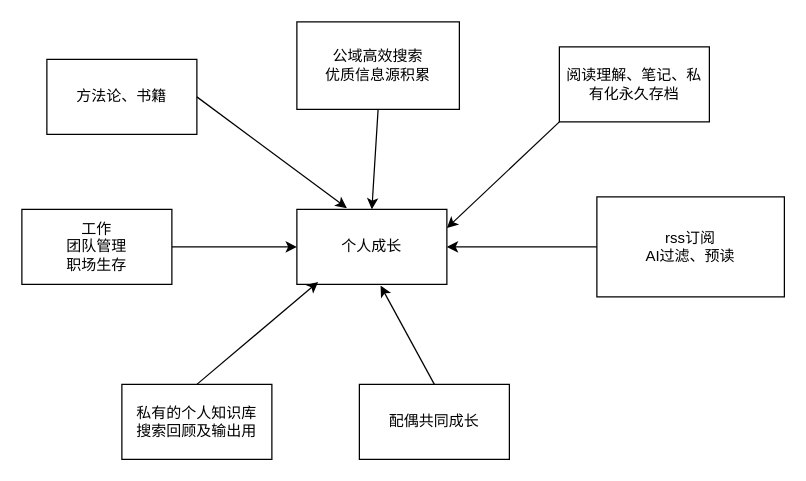
Before: personalDev.drawio in jingb/pythonRepo, a draw.io diagram. Source tidied: cells renumbered, new cells numbered last; positions are measured from the earlier drawing's top-left corner, leaving out a move shared by most shapes. Both pictures are drawn from the tidied source at 125%, with x=0, y=0 at pixel (21, 21).
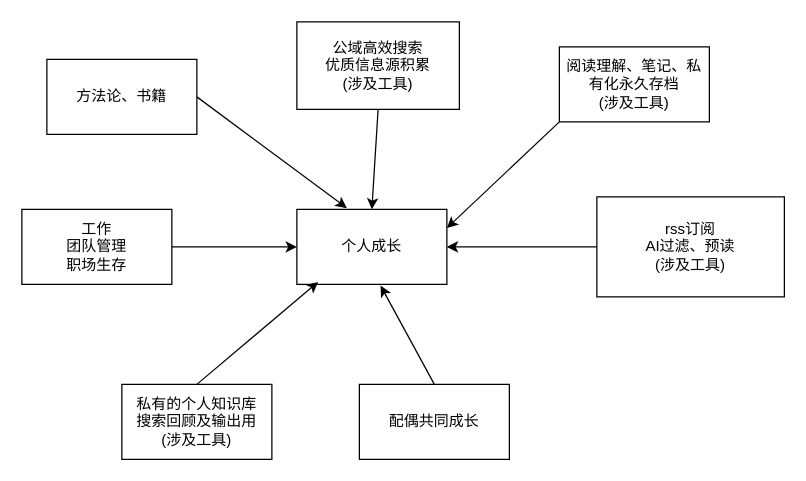
The same page after the edit.

Diff of the diagram source:
```diff
@@
 <mxGraphModel>
   <root>
     <mxCell id="0" />
     <mxCell id="1" parent="0" />
     <mxCell id="2" value="个人成长" style="rounded=0;whiteSpace=wrap;html=1;" parent="1" vertex="1">
       <mxGeometry x="220" y="150" width="120" height="60" as="geometry" />
     </mxCell>
     <mxCell id="3" value="方法论、书籍" style="rounded=0;whiteSpace=wrap;html=1;" parent="1" vertex="1">
       <mxGeometry x="20" y="30" width="120" height="60" as="geometry" />
     </mxCell>
     <mxCell id="4" style="edgeStyle=none;rounded=0;jettySize=auto;html=1;exitX=0.5;exitY=1;exitDx=0;exitDy=0;entryX=0.5;entryY=0;entryDx=0;entryDy=0;" parent="1" edge="1" source="5" target="2">
       <mxGeometry relative="1" as="geometry" />
     </mxCell>
-    <mxCell id="5" value="公域高效搜索&lt;br&gt;优质信息源积累" style="rounded=0;whiteSpace=wrap;html=1;" parent="1" vertex="1">
+    <mxCell id="5" value="公域高效搜索&lt;br&gt;优质信息源积累&lt;br&gt;(涉及工具)" style="rounded=0;whiteSpace=wrap;html=1;" parent="1" vertex="1">
       <mxGeometry x="220" width="130" height="70" as="geometry" />
     </mxCell>
-    <mxCell id="6" value="私有的个人知识库&lt;br&gt;搜索回顾及输出用" style="rounded=0;whiteSpace=wrap;html=1;" parent="1" vertex="1">
+    <mxCell id="6" value="私有的个人知识库&lt;br&gt;搜索回顾及输出用&lt;br&gt;(涉及工具)" style="rounded=0;whiteSpace=wrap;html=1;" parent="1" vertex="1">
       <mxGeometry x="80" y="290" width="120" height="60" as="geometry" />
     </mxCell>
     <mxCell id="7" style="edgeStyle=none;rounded=0;jettySize=auto;html=1;exitX=1;exitY=0.5;exitDx=0;exitDy=0;" parent="1" edge="1" source="8" target="2">
       <mxGeometry relative="1" as="geometry" />
     </mxCell>
     <mxCell id="8" value="工作&lt;br&gt;团队管理&lt;br&gt;职场生存" style="rounded=0;whiteSpace=wrap;html=1;" parent="1" vertex="1">
       <mxGeometry y="150" width="120" height="60" as="geometry" />
     </mxCell>
     <mxCell id="9" style="rounded=0;jettySize=auto;html=1;exitX=0;exitY=0.5;exitDx=0;exitDy=0;entryX=1;entryY=0.5;entryDx=0;entryDy=0;" parent="1" edge="1" source="10" target="2">
       <mxGeometry relative="1" as="geometry" />
     </mxCell>
-    <mxCell id="10" value="rss订阅&lt;br&gt;AI过滤、预读" style="rounded=0;whiteSpace=wrap;html=1;" parent="1" vertex="1">
+    <mxCell id="10" value="rss订阅&lt;br&gt;AI过滤、预读&lt;br&gt;(涉及工具)" style="rounded=0;whiteSpace=wrap;html=1;" parent="1" vertex="1">
       <mxGeometry x="460" y="140" width="150" height="80" as="geometry" />
     </mxCell>
     <mxCell id="11" style="rounded=0;jettySize=auto;html=1;exitX=0;exitY=1;exitDx=0;exitDy=0;entryX=1;entryY=0.25;entryDx=0;entryDy=0;" parent="1" edge="1" source="12" target="2">
       <mxGeometry relative="1" as="geometry" />
     </mxCell>
-    <mxCell id="12" value="阅读理解、笔记、私有化永久存档" style="rounded=0;whiteSpace=wrap;html=1;" parent="1" vertex="1">
+    <mxCell id="12" value="阅读理解、笔记、私有化永久存档&lt;br&gt;(涉及工具)" style="rounded=0;whiteSpace=wrap;html=1;" parent="1" vertex="1">
       <mxGeometry x="430" y="20" width="120" height="60" as="geometry" />
     </mxCell>
     <mxCell id="13" style="edgeStyle=none;rounded=0;jettySize=auto;html=1;exitX=1;exitY=0.5;exitDx=0;exitDy=0;entryX=0.333;entryY=-0.017;entryDx=0;entryDy=0;entryPerimeter=0;" parent="1" edge="1" source="3" target="2">
       <mxGeometry relative="1" as="geometry" />
     </mxCell>
     <mxCell id="14" style="edgeStyle=none;rounded=0;jettySize=auto;html=1;exitX=0.5;exitY=0;exitDx=0;exitDy=0;entryX=0.142;entryY=0.967;entryDx=0;entryDy=0;entryPerimeter=0;" parent="1" edge="1" source="6" target="2">
       <mxGeometry relative="1" as="geometry" />
     </mxCell>
     <mxCell id="15" value="配偶共同成长" style="rounded=0;whiteSpace=wrap;html=1;" parent="1" vertex="1">
       <mxGeometry x="270" y="290" width="120" height="60" as="geometry" />
     </mxCell>
     <mxCell id="16" style="edgeStyle=none;rounded=0;jettySize=auto;html=1;exitX=0.5;exitY=0;exitDx=0;exitDy=0;entryX=0.558;entryY=1.017;entryDx=0;entryDy=0;entryPerimeter=0;" parent="1" edge="1" source="15" target="2">
       <mxGeometry relative="1" as="geometry" />
     </mxCell>
   </root>
 </mxGraphModel>
```
